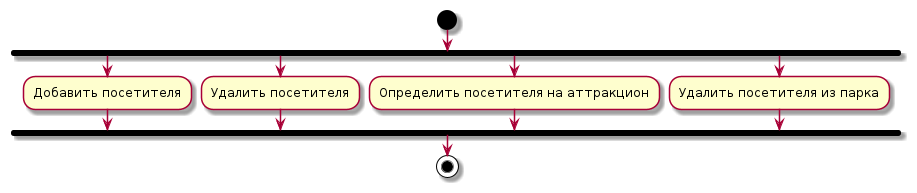
The PlantUML diagram description/images/main-visitor-activity-diagram.png in mzhirko/amusement-park, before a commit.
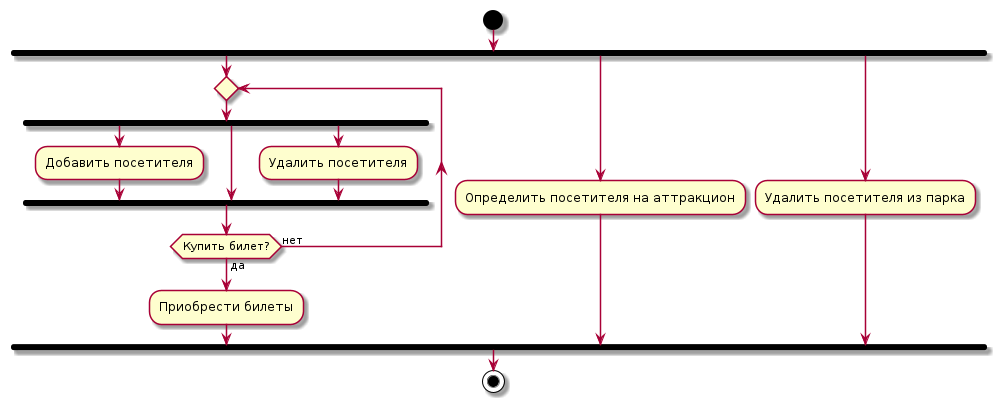
The same diagram one commit later.

Commit message:
Update main visitor diagram

Diff of the diagram source:
```diff
@@ -2,9 +2,15 @@
 |Игрок|
 start
 fork
+repeat
+fork
 :Добавить посетителя;
 forkagain
+forkagain
 :Удалить посетителя;
+endfork
+repeat while (Купить билет?) is (нет) not (да)
+:Приобрести билеты;
 forkagain
 :Определить посетителя на аттракцион;
 forkagain
```
